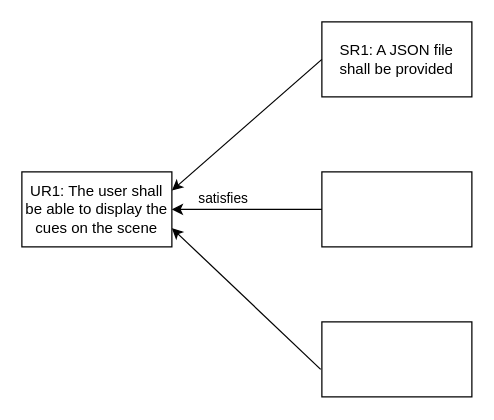
Above: docs/requirements/requirement_tracing.drawio in rahull1616dass/VR_Cues (draw.io), before the change. Source tidied: cells renumbered, new cells numbered last; positions are measured from the earlier drawing's top-left corner, leaving out a move shared by most shapes. Both pictures are drawn from the tidied source at 125%, with x=0, y=0 at pixel (21, 21).
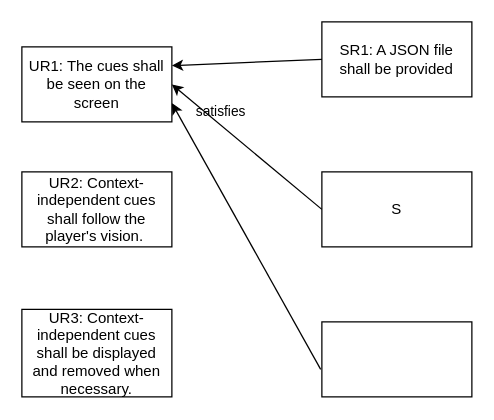
Above is the later version.

Commit message:
Update req diagrams

What changed in the source:
```diff
@@
 <mxGraphModel>
   <root>
     <mxCell id="0" />
     <mxCell id="1" parent="0" />
-    <mxCell id="2" value="UR1: The user shall be able to display the cues on the scene" style="rounded=0;whiteSpace=wrap;html=1;" parent="1" vertex="1">
-      <mxGeometry y="120" width="120" height="60" as="geometry" />
+    <mxCell id="2" value="UR1: The cues shall be seen on the screen" style="rounded=0;whiteSpace=wrap;html=1;" parent="1" vertex="1">
+      <mxGeometry y="20" width="120" height="60" as="geometry" />
     </mxCell>
     <mxCell id="3" value="SR1: A JSON file shall be provided" style="rounded=0;whiteSpace=wrap;html=1;" parent="1" vertex="1">
       <mxGeometry x="240" width="120" height="60" as="geometry" />
     </mxCell>
-    <mxCell id="4" style="rounded=0;whiteSpace=wrap;html=1;" parent="1" vertex="1">
+    <mxCell id="4" value="S" style="rounded=0;whiteSpace=wrap;html=1;" parent="1" vertex="1">
       <mxGeometry x="240" y="120" width="120" height="60" as="geometry" />
     </mxCell>
     <mxCell id="5" style="rounded=0;whiteSpace=wrap;html=1;" parent="1" vertex="1">
       <mxGeometry x="240" y="240" width="120" height="60" as="geometry" />
     </mxCell>
     <mxCell id="6" style="endArrow=classic;html=1;exitX=0;exitY=0.5;exitDx=0;exitDy=0;entryX=1;entryY=0.25;entryDx=0;entryDy=0;" parent="1" edge="1" source="3" target="2">
       <mxGeometry relative="1" as="geometry" />
     </mxCell>
     <mxCell id="7" value="satisfies" style="edgeLabel;html=1;align=center;verticalAlign=middle;" parent="6" vertex="1">
       <mxGeometry x="0.39" y="4" relative="1" as="geometry">
         <mxPoint x="1" y="34" as="offset" />
       </mxGeometry>
     </mxCell>
-    <mxCell id="8" style="endArrow=classic;html=1;exitX=0;exitY=0.5;exitDx=0;exitDy=0;" parent="1" edge="1" source="4">
-      <mxGeometry relative="1" as="geometry">
-        <mxPoint x="120" y="150" as="targetPoint" />
-      </mxGeometry>
+    <mxCell id="8" style="endArrow=classic;html=1;exitX=0;exitY=0.5;exitDx=0;exitDy=0;entryX=1;entryY=0.5;entryDx=0;entryDy=0;" parent="1" edge="1" source="4" target="2">
+      <mxGeometry relative="1" as="geometry" />
     </mxCell>
     <mxCell id="9" style="endArrow=classic;html=1;entryX=1;entryY=0.75;entryDx=0;entryDy=0;exitX=-0.008;exitY=0.633;exitDx=0;exitDy=0;exitPerimeter=0;" parent="1" edge="1" source="5" target="2">
       <mxGeometry relative="1" as="geometry" />
     </mxCell>
+    <mxCell id="10" value="UR2: Context-independent cues shall follow the player's vision.&amp;nbsp;" style="rounded=0;whiteSpace=wrap;html=1;" parent="1" vertex="1">
+      <mxGeometry y="120" width="120" height="60" as="geometry" />
+    </mxCell>
+    <mxCell id="11" value="UR3: Context-independent cues shall be displayed and removed when necessary." style="rounded=0;whiteSpace=wrap;html=1;" parent="1" vertex="1">
+      <mxGeometry y="230" width="120" height="70" as="geometry" />
+    </mxCell>
   </root>
 </mxGraphModel>
```
